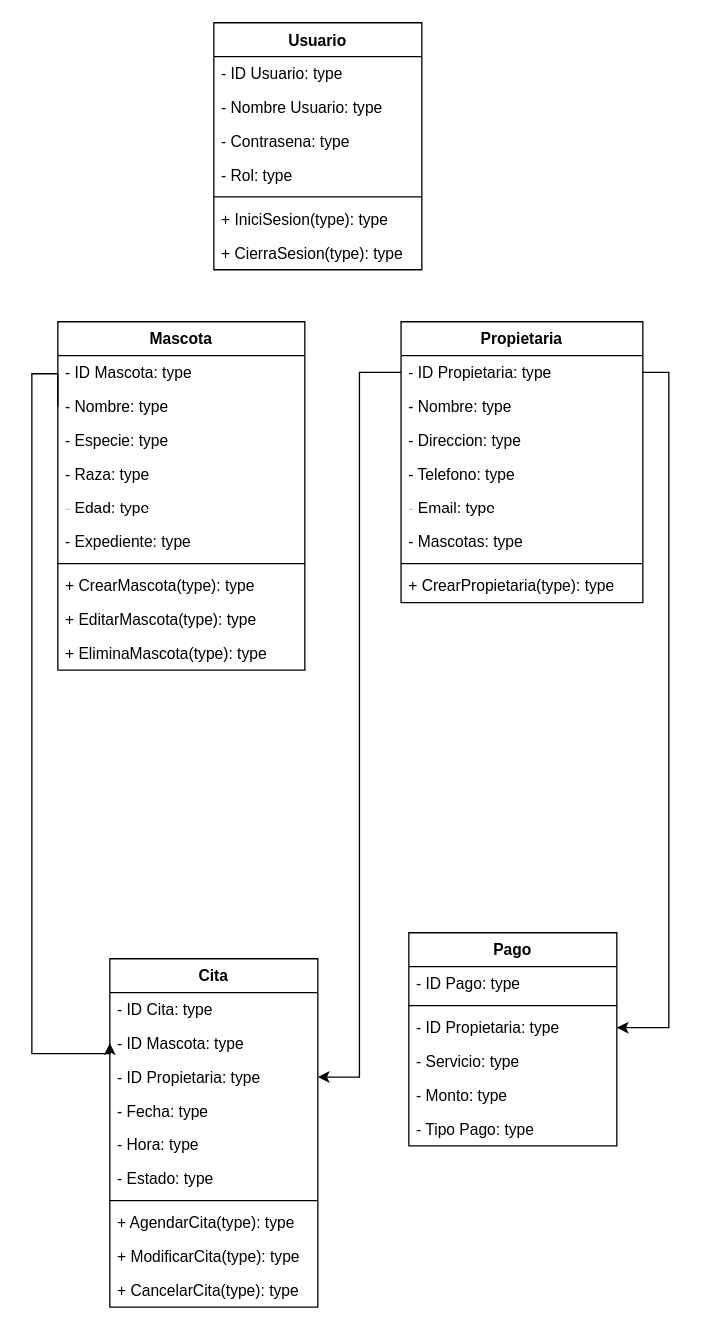
This is Diagrama sin título.drawio from NixieNixi/diagramaClases, a draw.io file, before an edit. Source tidied: cells renumbered, new cells numbered last; positions are measured from the earlier drawing's top-left corner, leaving out a move shared by most shapes. Both pictures are drawn from the tidied source at 130%, with x=0, y=0 at pixel (31, 22).
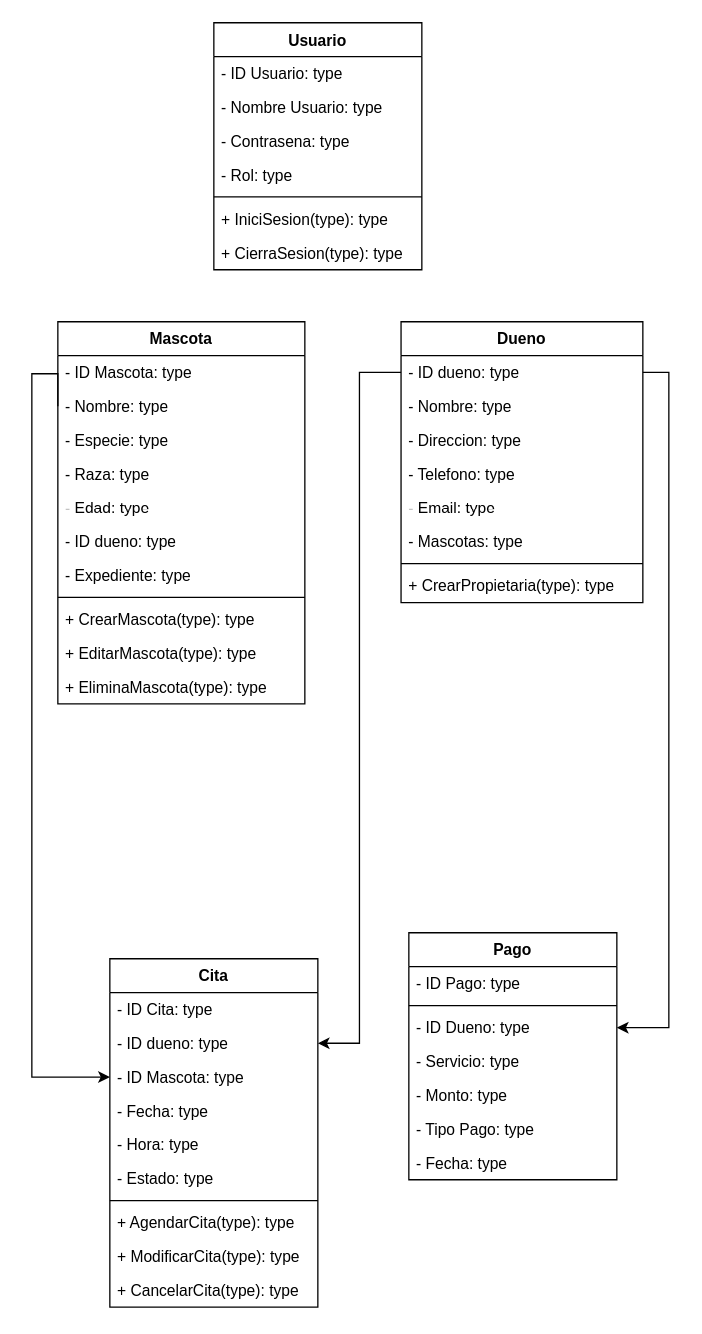
The same page after the edit.

Unchanged cells that the change refers to:
```xml
<mxCell id="4" value="- Nombre: type" style="text;strokeColor=none;fillColor=none;align=left;verticalAlign=top;spacingLeft=4;spacingRight=4;overflow=hidden;points=[[0,0.5],[1,0.5]];portConstraint=eastwest;whiteSpace=wrap;html=1;" parent="2" vertex="1">
  <mxGeometry y="52" width="190" height="26" as="geometry" />
</mxCell>
<mxCell id="22" value="Cita" style="swimlane;fontStyle=1;align=center;verticalAlign=top;horizontal=1;startSize=26;whiteSpace=wrap;html=1;" parent="1" vertex="1">
  <mxGeometry x="60" y="720" width="160" height="268" as="geometry" />
</mxCell>
```

Change to the diagram source:
```diff
@@
     <mxCell id="2" value="Mascota" style="swimlane;fontStyle=1;align=center;verticalAlign=top;horizontal=1;startSize=26;whiteSpace=wrap;html=1;" parent="1" vertex="1">
-      <mxGeometry x="20" y="230" width="190" height="268" as="geometry" />
+      <mxGeometry x="20" y="230" width="190" height="294" as="geometry" />
     </mxCell>
@@
+    <mxCell id="51" value="- ID dueno: type" style="text;strokeColor=none;fillColor=none;align=left;verticalAlign=top;spacingLeft=4;spacingRight=4;overflow=hidden;whiteSpace=wrap;html=1;" parent="2" vertex="1">
+      <mxGeometry y="156" width="190" height="26" as="geometry" />
+    </mxCell>
     <mxCell id="8" value="- Expediente: type" style="text;strokeColor=none;fillColor=none;align=left;verticalAlign=top;spacingLeft=4;spacingRight=4;overflow=hidden;whiteSpace=wrap;html=1;" parent="2" vertex="1">
-      <mxGeometry y="156" width="190" height="26" as="geometry" />
+      <mxGeometry y="182" width="190" height="26" as="geometry" />
     </mxCell>
     <mxCell id="9" style="line;strokeWidth=1;fillColor=none;align=left;verticalAlign=middle;spacingTop=-1;spacingLeft=3;spacingRight=3;labelPosition=right;strokeColor=inherit;" parent="2" vertex="1">
-      <mxGeometry y="182" width="190" height="8" as="geometry" />
+      <mxGeometry y="208" width="190" height="8" as="geometry" />
     </mxCell>
     <mxCell id="10" value="+ CrearMascota(type): type" style="text;strokeColor=none;fillColor=none;align=left;verticalAlign=top;spacingLeft=4;spacingRight=4;overflow=hidden;whiteSpace=wrap;html=1;" parent="2" vertex="1">
-      <mxGeometry y="190" width="190" height="26" as="geometry" />
+      <mxGeometry y="216" width="190" height="26" as="geometry" />
     </mxCell>
     <mxCell id="11" value="+ EditarMascota(type): type" style="text;strokeColor=none;fillColor=none;align=left;verticalAlign=top;spacingLeft=4;spacingRight=4;overflow=hidden;whiteSpace=wrap;html=1;" parent="2" vertex="1">
-      <mxGeometry y="216" width="190" height="26" as="geometry" />
+      <mxGeometry y="242" width="190" height="26" as="geometry" />
     </mxCell>
     <mxCell id="12" value="+ EliminaMascota(type): type" style="text;strokeColor=none;fillColor=none;align=left;verticalAlign=top;spacingLeft=4;spacingRight=4;overflow=hidden;whiteSpace=wrap;html=1;" parent="2" vertex="1">
-      <mxGeometry y="242" width="190" height="26" as="geometry" />
+      <mxGeometry y="268" width="190" height="26" as="geometry" />
     </mxCell>
-    <mxCell id="13" value="Propietaria" style="swimlane;fontStyle=1;align=center;verticalAlign=top;horizontal=1;startSize=26;whiteSpace=wrap;html=1;" parent="1" vertex="1">
+    <mxCell id="13" value="Dueno" style="swimlane;fontStyle=1;align=center;verticalAlign=top;horizontal=1;startSize=26;whiteSpace=wrap;html=1;" parent="1" vertex="1">
       <mxGeometry x="284" y="230" width="186" height="216" as="geometry" />
     </mxCell>
-    <mxCell id="14" value="- ID Propietaria: type" style="text;strokeColor=none;fillColor=none;align=left;verticalAlign=top;spacingLeft=4;spacingRight=4;overflow=hidden;points=[[0,0.5],[1,0.5]];portConstraint=eastwest;whiteSpace=wrap;html=1;" parent="13" vertex="1">
+    <mxCell id="14" value="- ID dueno: type" style="text;strokeColor=none;fillColor=none;align=left;verticalAlign=top;spacingLeft=4;spacingRight=4;overflow=hidden;points=[[0,0.5],[1,0.5]];portConstraint=eastwest;whiteSpace=wrap;html=1;" parent="13" vertex="1">
       <mxGeometry y="26" width="186" height="26" as="geometry" />
     </mxCell>
@@
+    <mxCell id="25" value="- ID dueno&lt;span style=&quot;background-color: initial;&quot;&gt;: type&lt;/span&gt;" style="text;strokeColor=none;fillColor=none;align=left;verticalAlign=top;spacingLeft=4;spacingRight=4;overflow=hidden;points=[[0,0.5],[1,0.5]];portConstraint=eastwest;whiteSpace=wrap;html=1;" parent="22" vertex="1">
+      <mxGeometry y="52" width="160" height="26" as="geometry" />
+    </mxCell>
     <mxCell id="24" value="- ID Mascota: type" style="text;strokeColor=none;fillColor=none;align=left;verticalAlign=top;spacingLeft=4;spacingRight=4;overflow=hidden;points=[[0,0.5],[1,0.5]];portConstraint=eastwest;whiteSpace=wrap;html=1;" parent="22" vertex="1">
-      <mxGeometry y="52" width="160" height="26" as="geometry" />
+      <mxGeometry y="78" width="160" height="26" as="geometry" />
     </mxCell>
-    <mxCell id="25" value="- ID Propietaria&lt;span style=&quot;background-color: initial;&quot;&gt;: type&lt;/span&gt;" style="text;strokeColor=none;fillColor=none;align=left;verticalAlign=top;spacingLeft=4;spacingRight=4;overflow=hidden;points=[[0,0.5],[1,0.5]];portConstraint=eastwest;whiteSpace=wrap;html=1;" parent="22" vertex="1">
-      <mxGeometry y="78" width="160" height="26" as="geometry" />
-    </mxCell>
@@
     <mxCell id="33" style="edgeStyle=orthogonalEdgeStyle;rounded=0;jettySize=auto;html=1;exitX=0;exitY=0.5;exitDx=0;exitDy=0;entryX=0;entryY=0.5;entryDx=0;entryDy=0;" parent="1" edge="1" source="4" target="24">
       <mxGeometry relative="1" as="geometry">
         <Array as="points">
           <mxPoint x="20" y="270" />
           <mxPoint y="270" />
-          <mxPoint y="793" />
+          <mxPoint y="811" />
         </Array>
       </mxGeometry>
     </mxCell>
@@
     <mxCell id="35" value="Pago" style="swimlane;fontStyle=1;align=center;verticalAlign=top;horizontal=1;startSize=26;whiteSpace=wrap;html=1;" parent="1" vertex="1">
-      <mxGeometry x="290" y="700" width="160" height="164" as="geometry" />
+      <mxGeometry x="290" y="700" width="160" height="190" as="geometry" />
     </mxCell>
@@
-    <mxCell id="38" value="- ID Propietaria: type" style="text;strokeColor=none;fillColor=none;align=left;verticalAlign=top;spacingLeft=4;spacingRight=4;overflow=hidden;points=[[0,0.5],[1,0.5]];portConstraint=eastwest;whiteSpace=wrap;html=1;" parent="35" vertex="1">
+    <mxCell id="38" value="- ID Dueno: type" style="text;strokeColor=none;fillColor=none;align=left;verticalAlign=top;spacingLeft=4;spacingRight=4;overflow=hidden;points=[[0,0.5],[1,0.5]];portConstraint=eastwest;whiteSpace=wrap;html=1;" parent="35" vertex="1">
       <mxGeometry y="60" width="160" height="26" as="geometry" />
     </mxCell>
@@
+    <mxCell id="52" value="- Fecha&lt;span style=&quot;background-color: initial;&quot;&gt;: type&lt;/span&gt;" style="text;strokeColor=none;fillColor=none;align=left;verticalAlign=top;spacingLeft=4;spacingRight=4;overflow=hidden;whiteSpace=wrap;html=1;" parent="35" vertex="1">
+      <mxGeometry y="164" width="160" height="26" as="geometry" />
+    </mxCell>
```
